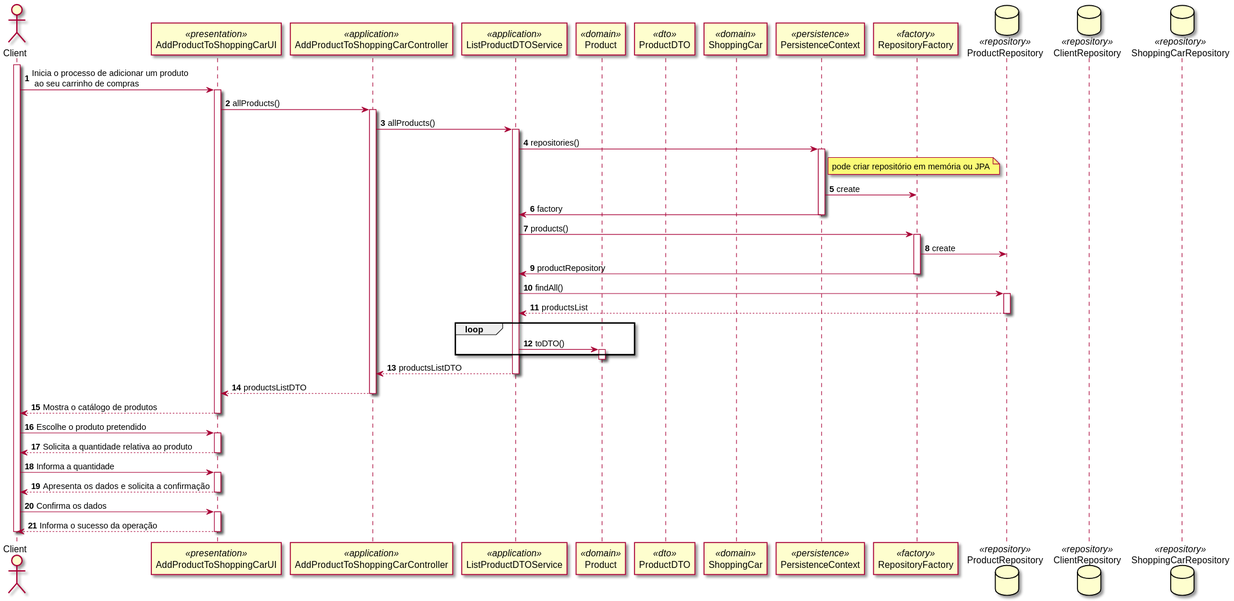
Above: docs/1201386/US1501/SD_RegistarProdutoCarrinhoDeCompras.svg in 0franciscor/lei21_22_s4_2de_01 (PlantUML), before the change.
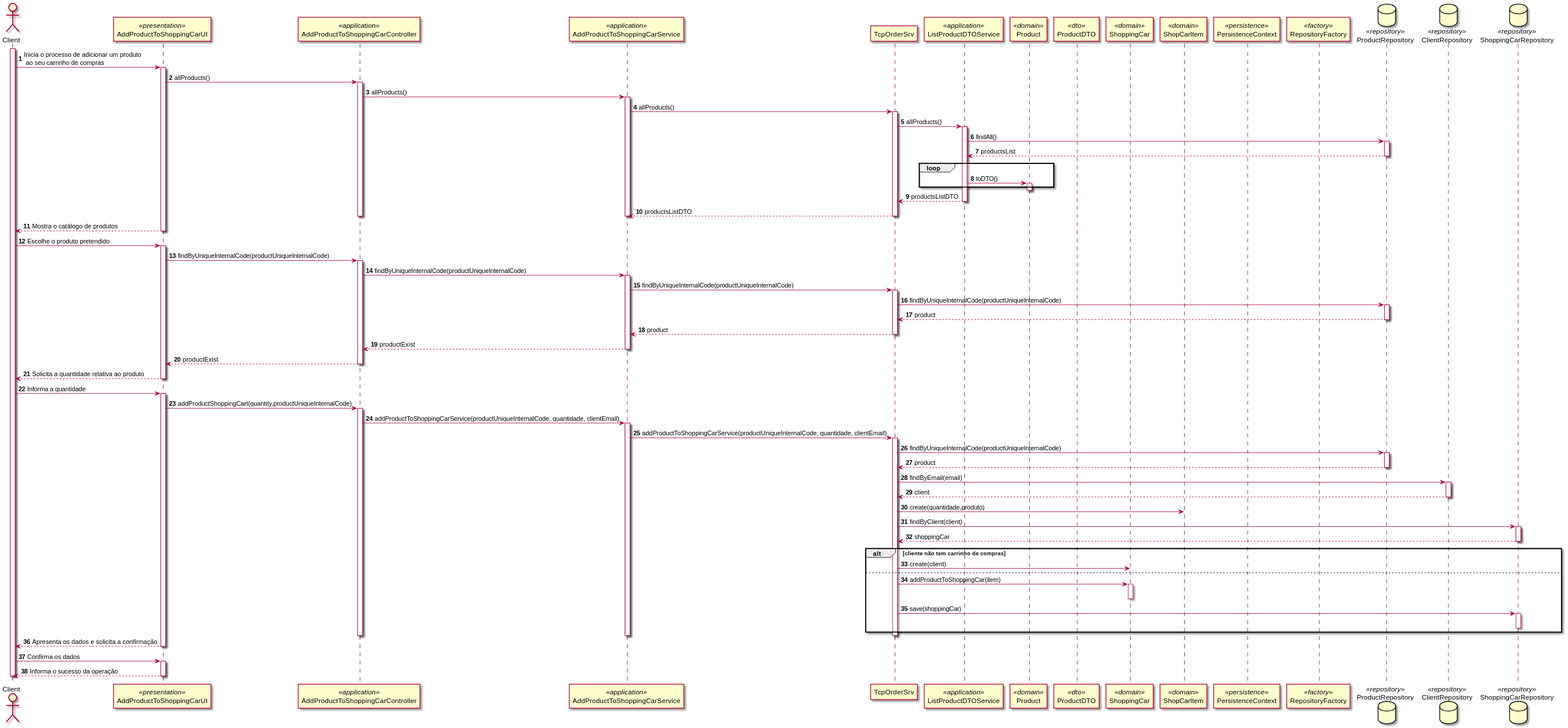
After the commit.

Change to the diagram source:
```diff
@@ -4,10 +4,13 @@
 actor "Client" as C
 participant AddProductToShoppingCarUI as UI <<presentation>>
 participant AddProductToShoppingCarController as Controller <<application>>
-participant ListProductDTOService as Service <<application>>
+participant AddProductToShoppingCarService as Service <<application>>
+participant TcpOrderSrv as OrderServer
+participant ListProductDTOService as serv <<application>>
 participant "Product" as Domain <<domain>>
 participant "ProductDTO" as DTO <<dto>>
 participant "ShoppingCar" as domain <<domain>>
+participant "ShopCarItem" as d <<domain>>
 participant PersistenceContext as Persistence <<persistence>>
 participant RepositoryFactory as Factory <<factory>>
 database ProductRepository as repository <<repository>>
@@ -21,38 +24,82 @@
 activate Controller
 Controller -> Service: allProducts()
 activate Service
-Service -> Persistence: repositories()
-activate Persistence
-note right of Persistence: pode criar repositório em memória ou JPA
-Persistence -> Factory: create
-Persistence -> Service: factory
-deactivate Persistence
-Service -> Factory: products()
-activate Factory
-Factory -> repository: create
-Factory -> Service: productRepository
-deactivate Factory
-Service->repository:findAll()
+Service -> OrderServer: allProducts()
+activate OrderServer
+OrderServer -> serv: allProducts()
+activate serv
+serv->repository:findAll()
 activate repository
-repository --> Service: productsList
+repository --> serv: productsList
 deactivate repository
 loop
-Service -> Domain: toDTO()
+serv -> Domain: toDTO()
 activate Domain
 end
 deactivate Domain
-Service --> Controller: productsListDTO
+serv --> OrderServer: productsListDTO
+deactivate serv
+OrderServer --> Service: productsListDTO
+deactivate OrderServer
 deactivate Service
-Controller --> UI: productsListDTO
 deactivate Controller
 UI --> C : Mostra o catálogo de produtos
 deactivate UI
 C -> UI : Escolhe o produto pretendido
 activate UI
+UI -> Controller: findByUniqueInternalCode(productUniqueInternalCode)
+activate Controller
+Controller -> Service: findByUniqueInternalCode(productUniqueInternalCode)
+activate Service
+Service -> OrderServer: findByUniqueInternalCode(productUniqueInternalCode)
+activate OrderServer
+OrderServer->repository:findByUniqueInternalCode(productUniqueInternalCode)
+activate repository
+repository--> OrderServer: product
+deactivate repository
+OrderServer --> Service: product
+deactivate OrderServer
+Service --> Controller: productExist
+deactivate Service
+Controller --> UI: productExist
+deactivate Controller
 UI --> C : Solicita a quantidade relativa ao produto
 deactivate UI
 C -> UI : Informa a quantidade
 activate UI
+UI -> Controller: addProductShoppingCart(quantity,productUniqueInternalCode)
+activate Controller
+Controller -> Service:addProductToShoppingCarService(productUniqueInternalCode, quantidade, clientEmail)
+activate Service
+Service -> OrderServer: addProductToShoppingCarService(productUniqueInternalCode, quantidade, clientEmail)
+activate OrderServer
+OrderServer->repository:findByUniqueInternalCode(productUniqueInternalCode)
+activate repository
+repository--> OrderServer: product
+deactivate repository
+OrderServer->rep:findByEmail(email)
+activate rep
+rep--> OrderServer: client
+deactivate rep
+OrderServer -> d: create(quantidade,produto)
+OrderServer->r:findByClient(client)
+activate r
+r--> OrderServer: shoppingCar
+deactivate r
+alt cliente não tem carrinho de compras
+OrderServer -> domain: create(client)
+
+else
+OrderServer -> domain:addProductToShoppingCar(item)
+activate domain
+deactivate domain
+OrderServer -> r: save(shoppingCar)
+activate r
+deactivate r
+end
+deactivate OrderServer
+deactivate Service
+deactivate Controller
 UI --> C : Apresenta os dados e solicita a confirmação
 deactivate UI
 C -> UI : Confirma os dados
```
